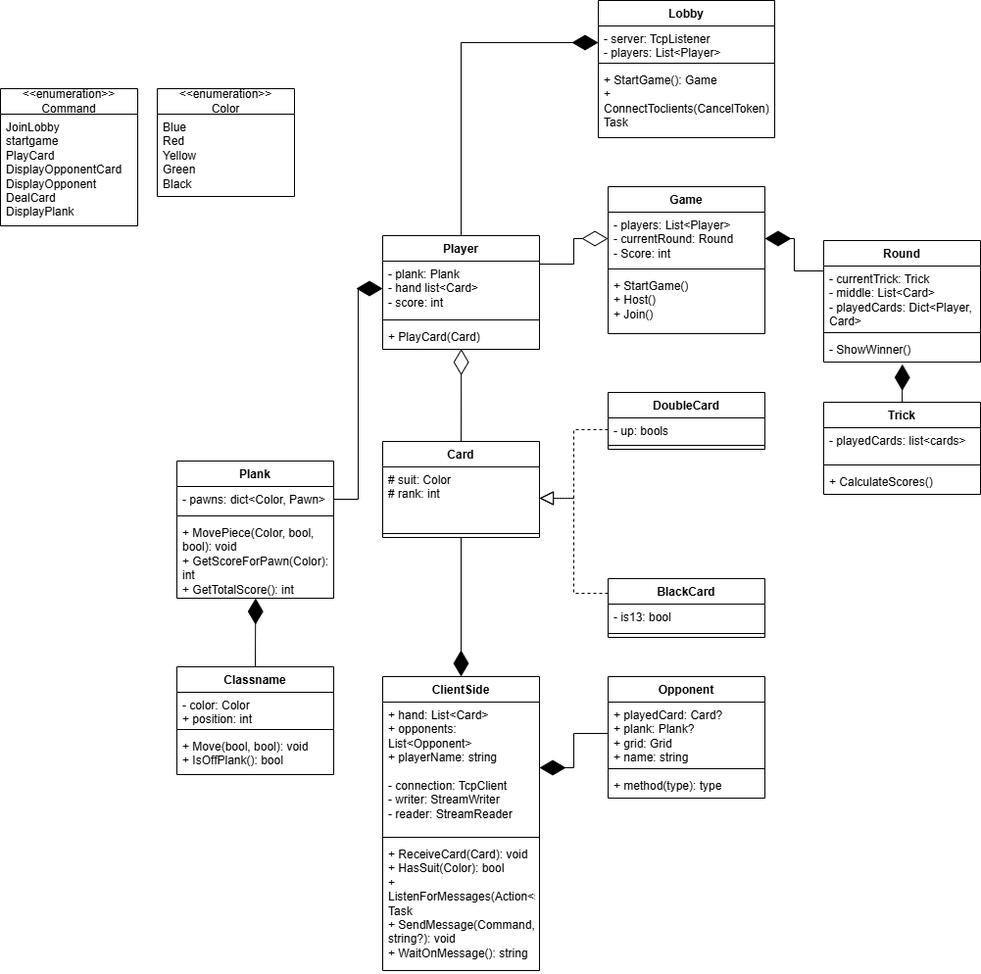
Before: README/SkullQueenClassDiagram.png, a diagram exported from draw.io (abelvandenbussche/SkullQueen). Source tidied: cells renumbered, new cells last; positions are measured from the earlier drawing's top-left corner, leaving out a move shared by most shapes.
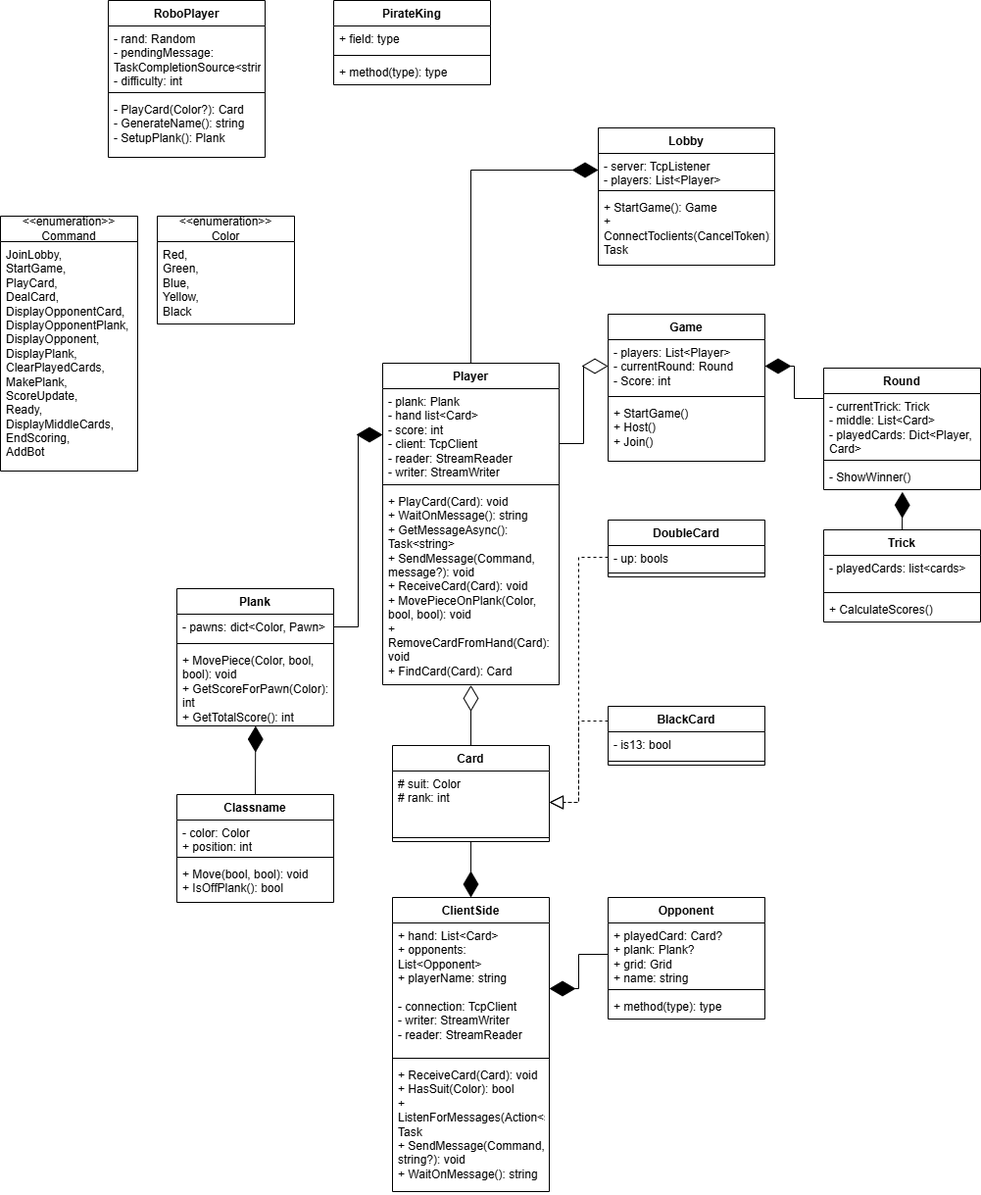
The same file after the commit.

Diff of the diagram source:
```diff
@@ -27,19 +27,19 @@
       <mxGeometry y="98" width="160" height="26" as="geometry" />
     </mxCell>
     <mxCell id="10" value="Player" style="swimlane;fontStyle=1;align=center;verticalAlign=top;horizontal=1;startSize=26;whiteSpace=wrap;html=1;" parent="1" vertex="1">
-      <mxGeometry x="390" y="240" width="160" height="116" as="geometry" />
+      <mxGeometry x="390" y="240" width="180" height="328" as="geometry" />
     </mxCell>
-    <mxCell id="11" value="- plank: Plank&lt;div&gt;- hand list&amp;lt;Card&amp;gt;&lt;/div&gt;&lt;div&gt;- score: int&lt;/div&gt;" style="text;strokeColor=none;fillColor=none;align=left;verticalAlign=top;spacingLeft=4;spacingRight=4;overflow=hidden;points=[[0,0.5],[1,0.5]];portConstraint=eastwest;whiteSpace=wrap;html=1;" parent="10" vertex="1">
-      <mxGeometry y="26" width="160" height="56" as="geometry" />
+    <mxCell id="11" value="- plank: Plank&lt;div&gt;- hand list&amp;lt;Card&amp;gt;&lt;/div&gt;&lt;div&gt;- score: int&lt;/div&gt;&lt;div&gt;- client: TcpClient&lt;/div&gt;&lt;div&gt;- reader: StreamReader&lt;/div&gt;&lt;div&gt;- writer: StreamWriter&lt;/div&gt;" style="text;strokeColor=none;fillColor=none;align=left;verticalAlign=top;spacingLeft=4;spacingRight=4;overflow=hidden;points=[[0,0.5],[1,0.5]];portConstraint=eastwest;whiteSpace=wrap;html=1;" parent="10" vertex="1">
+      <mxGeometry y="26" width="180" height="94" as="geometry" />
     </mxCell>
     <mxCell id="12" style="line;strokeWidth=1;fillColor=none;align=left;verticalAlign=middle;spacingTop=-1;spacingLeft=3;spacingRight=3;labelPosition=right;strokeColor=inherit;" parent="10" vertex="1">
-      <mxGeometry y="82" width="160" height="8" as="geometry" />
+      <mxGeometry y="120" width="180" height="8" as="geometry" />
     </mxCell>
-    <mxCell id="13" value="+ PlayCard(Card)" style="text;strokeColor=none;fillColor=none;align=left;verticalAlign=top;spacingLeft=4;spacingRight=4;overflow=hidden;points=[[0,0.5],[1,0.5]];portConstraint=eastwest;whiteSpace=wrap;html=1;" parent="10" vertex="1">
-      <mxGeometry y="90" width="160" height="26" as="geometry" />
+    <mxCell id="13" value="+ PlayCard(Card): void&lt;div&gt;+ WaitOnMessage(): string&lt;/div&gt;&lt;div&gt;+ GetMessageAsync(): Task&amp;lt;string&amp;gt;&lt;/div&gt;&lt;div&gt;+ SendMessage(Command, message?): void&amp;nbsp;&lt;/div&gt;&lt;div&gt;+ ReceiveCard(Card): void&lt;/div&gt;&lt;div&gt;+ MovePieceOnPlank(Color, bool, bool): void&lt;/div&gt;&lt;div&gt;+ RemoveCardFromHand(Card): void&lt;/div&gt;&lt;div&gt;+ FindCard(Card): Card&lt;/div&gt;" style="text;strokeColor=none;fillColor=none;align=left;verticalAlign=top;spacingLeft=4;spacingRight=4;overflow=hidden;points=[[0,0.5],[1,0.5]];portConstraint=eastwest;whiteSpace=wrap;html=1;" parent="10" vertex="1">
+      <mxGeometry y="128" width="180" height="200" as="geometry" />
     </mxCell>
     <mxCell id="14" value="Card" style="swimlane;fontStyle=1;align=center;verticalAlign=top;horizontal=1;startSize=26;whiteSpace=wrap;html=1;" parent="1" vertex="1">
-      <mxGeometry x="390" y="450" width="160" height="98" as="geometry" />
+      <mxGeometry x="400" y="630" width="160" height="98" as="geometry" />
     </mxCell>
     <mxCell id="15" value="# suit: Color&lt;div&gt;# rank: int&lt;/div&gt;" style="text;strokeColor=none;fillColor=none;align=left;verticalAlign=top;spacingLeft=4;spacingRight=4;overflow=hidden;points=[[0,0.5],[1,0.5]];portConstraint=eastwest;whiteSpace=wrap;html=1;" parent="14" vertex="1">
       <mxGeometry y="26" width="160" height="64" as="geometry" />
@@ -80,7 +80,7 @@
     <mxCell id="27" value="&amp;lt;&amp;lt;enumeration&amp;gt;&amp;gt;&lt;div&gt;Color&lt;/div&gt;" style="swimlane;fontStyle=0;horizontal=1;startSize=26;fillColor=none;whiteSpace=wrap;html=1;" parent="1" vertex="1">
       <mxGeometry x="160" y="90" width="140" height="110" as="geometry" />
     </mxCell>
-    <mxCell id="28" value="Blue&lt;div&gt;Red&lt;/div&gt;&lt;div&gt;Yellow&lt;/div&gt;&lt;div&gt;Green&lt;/div&gt;&lt;div&gt;Black&lt;/div&gt;" style="text;strokeColor=none;fillColor=none;align=left;verticalAlign=top;spacingLeft=4;spacingRight=4;overflow=hidden;whiteSpace=wrap;html=1;" parent="27" vertex="1">
+    <mxCell id="28" value="&lt;div&gt;Red,&lt;/div&gt;&lt;div&gt;Green,&lt;/div&gt;&lt;div&gt;Blue,&lt;/div&gt;&lt;div&gt;Yellow,&lt;/div&gt;&lt;div&gt;Black&lt;/div&gt;" style="text;strokeColor=none;fillColor=none;align=left;verticalAlign=top;spacingLeft=4;spacingRight=4;overflow=hidden;whiteSpace=wrap;html=1;" parent="27" vertex="1">
       <mxGeometry y="26" width="140" height="84" as="geometry" />
     </mxCell>
     <mxCell id="29" value="Trick" style="swimlane;fontStyle=1;align=center;verticalAlign=top;horizontal=1;startSize=26;whiteSpace=wrap;html=1;" parent="1" vertex="1">
@@ -101,7 +101,7 @@
     <mxCell id="34" style="endArrow=diamondThin;endFill=1;endSize=24;html=1;rounded=0;entryX=1;entryY=0.5;entryDx=0;entryDy=0;exitX=0;exitY=0.25;exitDx=0;exitDy=0;edgeStyle=orthogonalEdgeStyle;" parent="1" edge="1" source="6" target="3">
       <mxGeometry relative="1" as="geometry" />
     </mxCell>
-    <mxCell id="35" style="endArrow=diamondThin;endFill=0;endSize=24;html=1;rounded=0;exitX=0.5;exitY=0;exitDx=0;exitDy=0;entryX=0.501;entryY=0.986;entryDx=0;entryDy=0;entryPerimeter=0;" parent="1" edge="1" source="14" target="13">
+    <mxCell id="35" style="endArrow=diamondThin;endFill=0;endSize=24;html=1;rounded=0;exitX=0.5;exitY=0;exitDx=0;exitDy=0;edgeStyle=orthogonalEdgeStyle;entryX=0.5;entryY=1.002;entryDx=0;entryDy=0;entryPerimeter=0;" parent="1" edge="1" source="14" target="13">
       <mxGeometry relative="1" as="geometry" />
     </mxCell>
     <mxCell id="36" style="endArrow=diamondThin;endFill=1;endSize=24;html=1;rounded=0;exitX=0.5;exitY=0;exitDx=0;exitDy=0;entryX=0.502;entryY=1.088;entryDx=0;entryDy=0;entryPerimeter=0;" parent="1" edge="1" source="29" target="9">
@@ -120,7 +120,7 @@
       <mxGeometry relative="1" as="geometry" />
     </mxCell>
     <mxCell id="41" value="ClientSide" style="swimlane;fontStyle=1;align=center;verticalAlign=top;horizontal=1;startSize=26;whiteSpace=wrap;html=1;" parent="1" vertex="1">
-      <mxGeometry x="390" y="690" width="160" height="300" as="geometry" />
+      <mxGeometry x="400" y="785" width="160" height="300" as="geometry" />
     </mxCell>
     <mxCell id="42" value="+ hand: List&amp;lt;Card&amp;gt;&lt;div&gt;+ opponents: List&amp;lt;Opponent&amp;gt;&lt;/div&gt;&lt;div&gt;+ playerName: string&lt;/div&gt;&lt;div&gt;&lt;br&gt;&lt;/div&gt;&lt;div&gt;- connection: TcpClient&lt;/div&gt;&lt;div&gt;- writer: StreamWriter&lt;/div&gt;&lt;div&gt;- reader: StreamReader&lt;/div&gt;" style="text;strokeColor=none;fillColor=none;align=left;verticalAlign=top;spacingLeft=4;spacingRight=4;overflow=hidden;points=[[0,0.5],[1,0.5]];portConstraint=eastwest;whiteSpace=wrap;html=1;" parent="41" vertex="1">
       <mxGeometry y="26" width="160" height="134" as="geometry" />
@@ -132,13 +132,13 @@
       <mxGeometry y="168" width="160" height="132" as="geometry" />
     </mxCell>
     <mxCell id="45" value="&amp;lt;&amp;lt;enumeration&amp;gt;&amp;gt;&lt;div&gt;Command&lt;/div&gt;" style="swimlane;fontStyle=0;horizontal=1;startSize=26;fillColor=none;whiteSpace=wrap;html=1;" parent="1" vertex="1">
-      <mxGeometry y="90" width="140" height="140" as="geometry" />
+      <mxGeometry y="90" width="140" height="260" as="geometry" />
     </mxCell>
-    <mxCell id="46" value="JoinLobby&lt;div&gt;startgame&lt;/div&gt;&lt;div&gt;PlayCard&lt;/div&gt;&lt;div&gt;DisplayOpponentCard&lt;/div&gt;&lt;div&gt;DisplayOpponent&lt;/div&gt;&lt;div&gt;DealCard&lt;/div&gt;&lt;div&gt;DisplayPlank&lt;/div&gt;" style="text;strokeColor=none;fillColor=none;align=left;verticalAlign=top;spacingLeft=4;spacingRight=4;overflow=hidden;whiteSpace=wrap;html=1;" parent="45" vertex="1">
-      <mxGeometry y="26" width="140" height="114" as="geometry" />
+    <mxCell id="46" value="&lt;div&gt;&lt;div&gt;JoinLobby,&lt;/div&gt;&lt;div&gt;StartGame,&lt;/div&gt;&lt;div&gt;PlayCard,&lt;/div&gt;&lt;div&gt;DealCard,&lt;/div&gt;&lt;div&gt;DisplayOpponentCard,&lt;/div&gt;&lt;div&gt;DisplayOpponentPlank,&lt;/div&gt;&lt;div&gt;DisplayOpponent,&lt;/div&gt;&lt;div&gt;DisplayPlank,&lt;/div&gt;&lt;div&gt;ClearPlayedCards,&lt;/div&gt;&lt;div&gt;MakePlank,&lt;/div&gt;&lt;div&gt;ScoreUpdate,&lt;/div&gt;&lt;div&gt;Ready,&lt;/div&gt;&lt;div&gt;DisplayMiddleCards,&lt;/div&gt;&lt;div&gt;EndScoring,&lt;/div&gt;&lt;div&gt;AddBot&lt;/div&gt;&lt;/div&gt;" style="text;strokeColor=none;fillColor=none;align=left;verticalAlign=top;spacingLeft=4;spacingRight=4;overflow=hidden;whiteSpace=wrap;html=1;" parent="45" vertex="1">
+      <mxGeometry y="26" width="140" height="234" as="geometry" />
     </mxCell>
     <mxCell id="47" value="Opponent" style="swimlane;fontStyle=1;align=center;verticalAlign=top;horizontal=1;startSize=26;whiteSpace=wrap;html=1;" parent="1" vertex="1">
-      <mxGeometry x="620" y="690" width="160" height="124" as="geometry" />
+      <mxGeometry x="620" y="785" width="160" height="124" as="geometry" />
     </mxCell>
     <mxCell id="48" value="+ playedCard: Card?&lt;div&gt;+ plank: Plank?&lt;/div&gt;&lt;div&gt;+ grid: Grid&lt;/div&gt;&lt;div&gt;+ name: string&lt;/div&gt;" style="text;strokeColor=none;fillColor=none;align=left;verticalAlign=top;spacingLeft=4;spacingRight=4;overflow=hidden;points=[[0,0.5],[1,0.5]];portConstraint=eastwest;whiteSpace=wrap;html=1;" parent="47" vertex="1">
       <mxGeometry y="26" width="160" height="64" as="geometry" />
@@ -149,7 +149,7 @@
     <mxCell id="50" value="+ method(type): type" style="text;strokeColor=none;fillColor=none;align=left;verticalAlign=top;spacingLeft=4;spacingRight=4;overflow=hidden;whiteSpace=wrap;html=1;" parent="47" vertex="1">
       <mxGeometry y="98" width="160" height="26" as="geometry" />
     </mxCell>
-    <mxCell id="51" style="endArrow=diamondThin;endFill=1;endSize=24;html=1;rounded=0;exitX=0.5;exitY=1;exitDx=0;exitDy=0;entryX=0.5;entryY=0;entryDx=0;entryDy=0;" parent="1" edge="1" source="14" target="41">
+    <mxCell id="51" style="endArrow=diamondThin;endFill=1;endSize=24;html=1;rounded=0;exitX=0.5;exitY=1;exitDx=0;exitDy=0;entryX=0.5;entryY=0;entryDx=0;entryDy=0;edgeStyle=orthogonalEdgeStyle;" parent="1" edge="1" source="14" target="41">
       <mxGeometry relative="1" as="geometry" />
     </mxCell>
     <mxCell id="52" style="endArrow=diamondThin;endFill=1;endSize=24;html=1;rounded=0;exitX=0;exitY=0.5;exitDx=0;exitDy=0;entryX=1;entryY=0.5;entryDx=0;entryDy=0;edgeStyle=orthogonalEdgeStyle;" parent="1" edge="1" source="48" target="42">
@@ -182,5 +182,29 @@
     <mxCell id="61" value="+ Move(bool, bool): void&lt;div&gt;+ IsOffPlank(): bool&lt;/div&gt;" style="text;strokeColor=none;fillColor=none;align=left;verticalAlign=top;spacingLeft=4;spacingRight=4;overflow=hidden;whiteSpace=wrap;html=1;" parent="58" vertex="1">
       <mxGeometry y="68" width="160" height="42" as="geometry" />
     </mxCell>
+    <mxCell id="62" value="RoboPlayer" style="swimlane;fontStyle=1;align=center;verticalAlign=top;horizontal=1;startSize=26;whiteSpace=wrap;html=1;" parent="1" vertex="1">
+      <mxGeometry x="110" y="-130" width="160" height="160" as="geometry" />
+    </mxCell>
+    <mxCell id="63" value="- rand: Random&lt;div&gt;- pendingMessage: TaskCompletionSource&amp;lt;string&amp;gt;&lt;/div&gt;&lt;div&gt;- difficulty: int&lt;/div&gt;" style="text;strokeColor=none;fillColor=none;align=left;verticalAlign=top;spacingLeft=4;spacingRight=4;overflow=hidden;whiteSpace=wrap;html=1;" parent="62" vertex="1">
+      <mxGeometry y="26" width="160" height="64" as="geometry" />
+    </mxCell>
+    <mxCell id="64" style="line;strokeWidth=1;fillColor=none;align=left;verticalAlign=middle;spacingTop=-1;spacingLeft=3;spacingRight=3;labelPosition=right;strokeColor=inherit;" parent="62" vertex="1">
+      <mxGeometry y="90" width="160" height="8" as="geometry" />
+    </mxCell>
+    <mxCell id="65" value="- PlayCard(Color?): Card&lt;div&gt;- GenerateName(): string&lt;/div&gt;&lt;div&gt;- SetupPlank(): Plank&lt;/div&gt;" style="text;strokeColor=none;fillColor=none;align=left;verticalAlign=top;spacingLeft=4;spacingRight=4;overflow=hidden;whiteSpace=wrap;html=1;" parent="62" vertex="1">
+      <mxGeometry y="98" width="160" height="62" as="geometry" />
+    </mxCell>
+    <mxCell id="66" value="PirateKing" style="swimlane;fontStyle=1;align=center;verticalAlign=top;horizontal=1;startSize=26;whiteSpace=wrap;html=1;" parent="1" vertex="1">
+      <mxGeometry x="340" y="-130" width="160" height="86" as="geometry" />
+    </mxCell>
+    <mxCell id="67" value="+ field: type" style="text;strokeColor=none;fillColor=none;align=left;verticalAlign=top;spacingLeft=4;spacingRight=4;overflow=hidden;whiteSpace=wrap;html=1;" parent="66" vertex="1">
+      <mxGeometry y="26" width="160" height="26" as="geometry" />
+    </mxCell>
+    <mxCell id="68" style="line;strokeWidth=1;fillColor=none;align=left;verticalAlign=middle;spacingTop=-1;spacingLeft=3;spacingRight=3;labelPosition=right;strokeColor=inherit;" parent="66" vertex="1">
+      <mxGeometry y="52" width="160" height="8" as="geometry" />
+    </mxCell>
+    <mxCell id="69" value="+ method(type): type" style="text;strokeColor=none;fillColor=none;align=left;verticalAlign=top;spacingLeft=4;spacingRight=4;overflow=hidden;whiteSpace=wrap;html=1;" parent="66" vertex="1">
+      <mxGeometry y="60" width="160" height="26" as="geometry" />
+    </mxCell>
   </root>
 </mxGraphModel>
```
